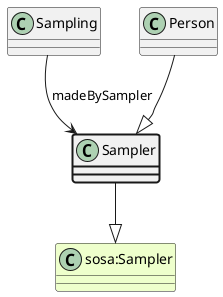
The PlantUML diagram ttl_uml/ttl_appn_Sampler.png in aus-plant-phenomics-network/appn-schema, before a commit.
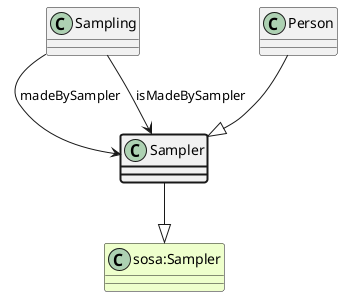
Above is the later version.

Change to the diagram source:
```diff
@@ -4,6 +4,8 @@
 Sampler --|> "sosa:Sampler"
 class Sampling
 Sampling --> Sampler : madeBySampler
+class Sampling
+Sampling --> Sampler : isMadeBySampler
 class Person
 Person --|> Sampler
 @enduml
```
